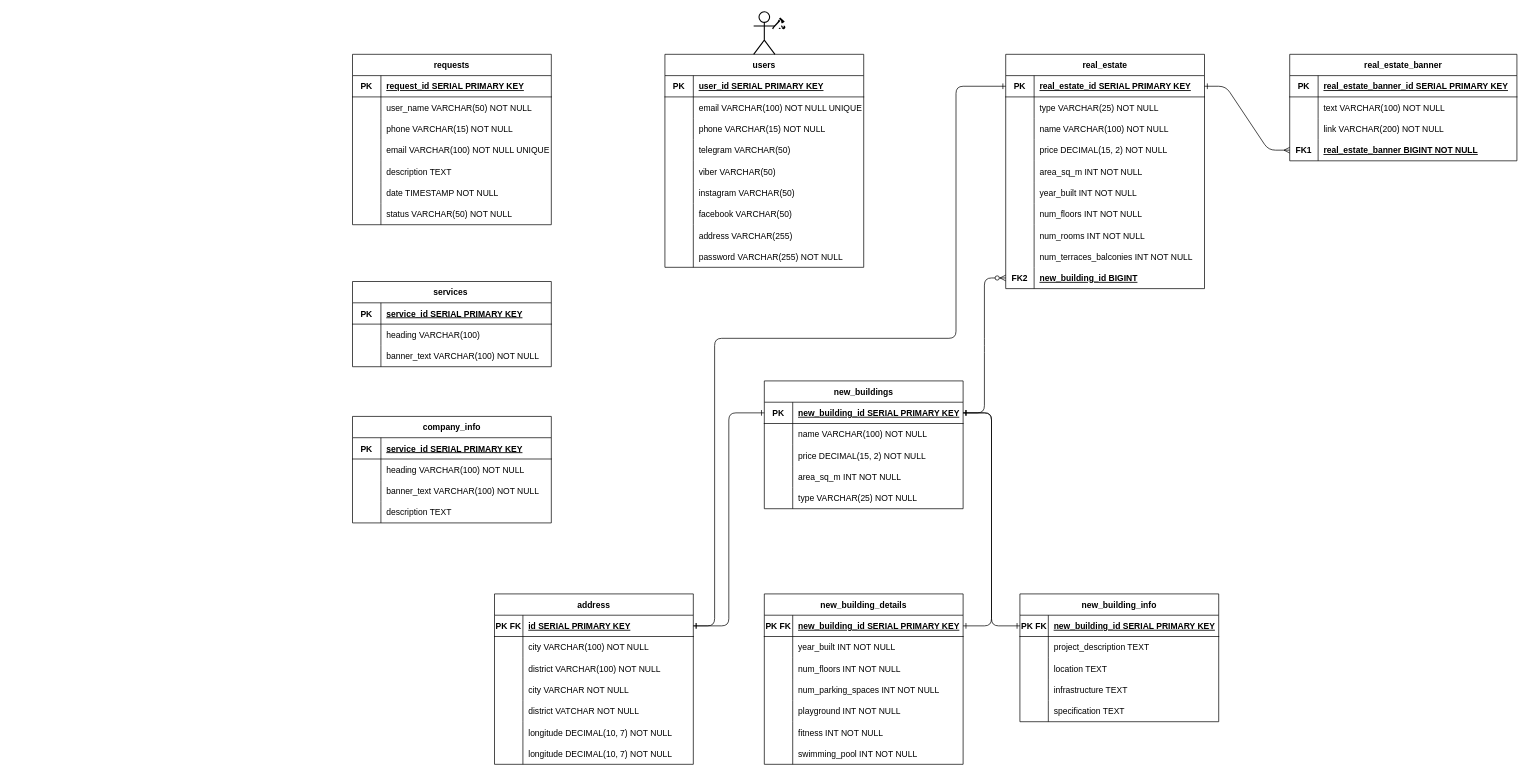
Before: src/main/resources/diagrams/ERD.drawio in Latcarf/Second-project, a draw.io diagram. Source tidied: cells renumbered, new cells numbered last; positions are measured from the earlier drawing's top-left corner, leaving out a move shared by most shapes. Both pictures are drawn from the tidied source at 71%, with x=0, y=0 at pixel (352, 11).
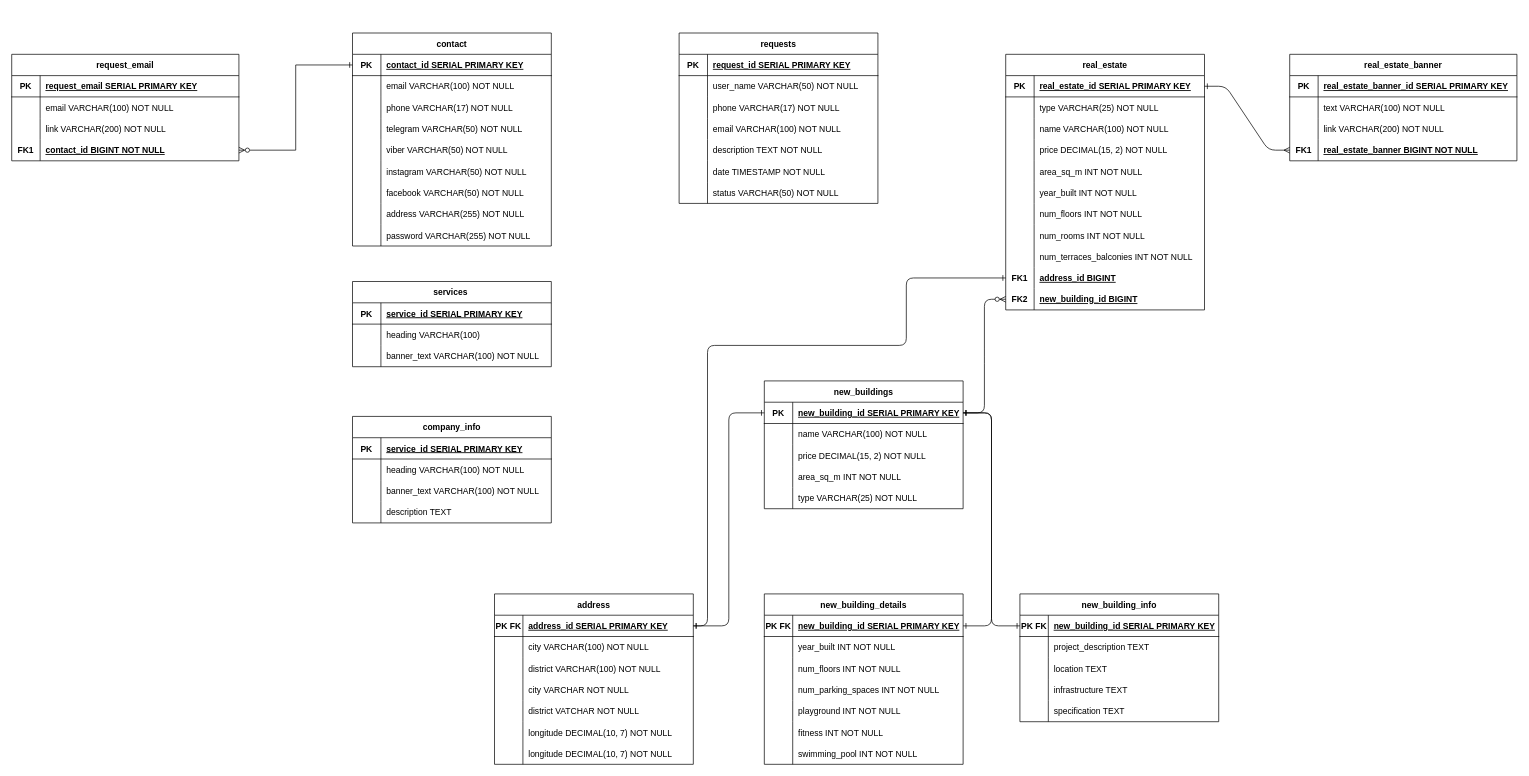
The same page after the edit.

The change refers to these unchanged cells:
```xml
<mxCell id="3" style="shape=partialRectangle;fillColor=none;points=[[0,0.5],[1,0.5]];portConstraint=eastwest;top=0;left=0;right=0;bottom=1;labelBackgroundColor=none;" parent="2" vertex="1">
  <mxGeometry y="30" width="280" height="30" as="geometry" />
</mxCell>
<mxCell id="6" style="shape=partialRectangle;fillColor=none;top=0;left=0;right=0;bottom=0;labelBackgroundColor=none;" parent="2" vertex="1">
  <mxGeometry y="60" width="280" height="30" as="geometry" />
</mxCell>
<mxCell id="9" style="shape=partialRectangle;fillColor=none;top=0;left=0;right=0;bottom=0;labelBackgroundColor=none;" parent="2" vertex="1">
  <mxGeometry y="90" width="280" height="30" as="geometry" />
</mxCell>
<mxCell id="12" style="shape=partialRectangle;fillColor=none;top=0;left=0;right=0;bottom=0;labelBackgroundColor=none;" parent="2" vertex="1">
  <mxGeometry y="120" width="280" height="30" as="geometry" />
</mxCell>
<mxCell id="15" style="shape=partialRectangle;fillColor=none;top=0;left=0;right=0;bottom=0;labelBackgroundColor=none;" parent="2" vertex="1">
  <mxGeometry y="150" width="280" height="30" as="geometry" />
</mxCell>
<mxCell id="18" style="shape=partialRectangle;fillColor=none;top=0;left=0;right=0;bottom=0;labelBackgroundColor=none;" parent="2" vertex="1">
  <mxGeometry y="180" width="280" height="30" as="geometry" />
</mxCell>
<mxCell id="21" style="shape=partialRectangle;fillColor=none;top=0;left=0;right=0;bottom=0;labelBackgroundColor=none;" parent="2" vertex="1">
  <mxGeometry y="210" width="280" height="30" as="geometry" />
</mxCell>
<mxCell id="24" style="shape=partialRectangle;fillColor=none;top=0;left=0;right=0;bottom=0;labelBackgroundColor=none;" parent="2" vertex="1">
  <mxGeometry y="240" width="280" height="30" as="geometry" />
</mxCell>
<mxCell id="31" style="shape=partialRectangle;fillColor=none;points=[[0,0.5],[1,0.5]];portConstraint=eastwest;top=0;left=0;right=0;bottom=1;labelBackgroundColor=none;" parent="30" vertex="1">
  <mxGeometry y="30" width="280" height="30" as="geometry" />
</mxCell>
<mxCell id="58" style="shape=partialRectangle;fillColor=none;points=[[0,0.5],[1,0.5]];portConstraint=eastwest;top=0;left=0;right=0;bottom=0;labelBackgroundColor=none;" parent="30" vertex="1">
  <mxGeometry y="300" width="280" height="30" as="geometry" />
</mxCell>
<mxCell id="62" style="shape=partialRectangle;fillColor=none;points=[[0,0.5],[1,0.5]];portConstraint=eastwest;top=0;left=0;right=0;bottom=1;labelBackgroundColor=none;" parent="61" vertex="1">
  <mxGeometry y="30" width="280" height="30" as="geometry" />
</mxCell>
<mxCell id="130" style="shape=partialRectangle;fillColor=none;top=0;left=0;right=0;bottom=0;labelBackgroundColor=none;" parent="123" vertex="1">
  <mxGeometry y="90" width="280" height="30" as="geometry" />
</mxCell>
<mxCell id="133" style="shape=partialRectangle;fillColor=none;top=0;left=0;right=0;bottom=0;labelBackgroundColor=none;" parent="123" vertex="1">
  <mxGeometry y="120" width="280" height="30" as="geometry" />
</mxCell>
<mxCell id="136" style="shape=partialRectangle;fillColor=none;top=0;left=0;right=0;bottom=0;labelBackgroundColor=none;" parent="123" vertex="1">
  <mxGeometry y="150" width="280" height="30" as="geometry" />
</mxCell>
<mxCell id="178" style="shape=partialRectangle;fillColor=none;points=[[0,0.5],[1,0.5]];portConstraint=eastwest;top=0;left=0;right=0;bottom=1;labelBackgroundColor=none;" parent="177" vertex="1">
  <mxGeometry y="30" width="280" height="30" as="geometry" />
</mxCell>
```

The edit, as a diff of the source:
```diff
@@
-    <mxCell id="2" value="users" style="shape=table;startSize=30;childLayout=tableLayout;rowLines=0;fontStyle=1;align=center;labelBackgroundColor=none;" parent="1" vertex="1">
-      <mxGeometry x="440" y="60" width="280" height="300" as="geometry" />
+    <mxCell id="2" value="contact" style="shape=table;startSize=30;childLayout=tableLayout;rowLines=0;fontStyle=1;align=center;labelBackgroundColor=none;" parent="1" vertex="1">
+      <mxGeometry y="30" width="280" height="300" as="geometry" />
     </mxCell>
@@
-    <mxCell id="5" value="user_id SERIAL PRIMARY KEY" style="shape=partialRectangle;overflow=hidden;fillColor=none;top=0;left=0;bottom=0;right=0;align=left;spacingLeft=6;fontStyle=5;labelBackgroundColor=none;" parent="3" vertex="1">
+    <mxCell id="5" value="contact_id SERIAL PRIMARY KEY" style="shape=partialRectangle;overflow=hidden;fillColor=none;top=0;left=0;bottom=0;right=0;align=left;spacingLeft=6;fontStyle=5;labelBackgroundColor=none;" parent="3" vertex="1">
       <mxGeometry x="40" width="240" height="30" as="geometry" />
     </mxCell>
@@
-    <mxCell id="8" value="email VARCHAR(100) NOT NULL UNIQUE " style="shape=partialRectangle;overflow=hidden;fillColor=none;top=0;left=0;bottom=0;right=0;align=left;spacingLeft=6;labelBackgroundColor=none;" parent="6" vertex="1">
+    <mxCell id="8" value="email VARCHAR(100) NOT NULL" style="shape=partialRectangle;overflow=hidden;fillColor=none;top=0;left=0;bottom=0;right=0;align=left;spacingLeft=6;labelBackgroundColor=none;" parent="6" vertex="1">
       <mxGeometry x="40" width="240" height="30" as="geometry" />
     </mxCell>
@@
-    <mxCell id="11" value="phone VARCHAR(15) NOT NULL" style="shape=partialRectangle;overflow=hidden;fillColor=none;top=0;left=0;bottom=0;right=0;align=left;spacingLeft=6;labelBackgroundColor=none;" parent="9" vertex="1">
+    <mxCell id="11" value="phone VARCHAR(17) NOT NULL" style="shape=partialRectangle;overflow=hidden;fillColor=none;top=0;left=0;bottom=0;right=0;align=left;spacingLeft=6;labelBackgroundColor=none;" parent="9" vertex="1">
       <mxGeometry x="40" width="240" height="30" as="geometry" />
     </mxCell>
@@
-    <mxCell id="14" value="telegram VARCHAR(50) " style="shape=partialRectangle;overflow=hidden;fillColor=none;top=0;left=0;bottom=0;right=0;align=left;spacingLeft=6;labelBackgroundColor=none;" parent="12" vertex="1">
+    <mxCell id="14" value="telegram VARCHAR(50) NOT NULL" style="shape=partialRectangle;overflow=hidden;fillColor=none;top=0;left=0;bottom=0;right=0;align=left;spacingLeft=6;labelBackgroundColor=none;" parent="12" vertex="1">
       <mxGeometry x="40" width="240" height="30" as="geometry" />
     </mxCell>
@@
-    <mxCell id="17" value="viber VARCHAR(50)" style="shape=partialRectangle;overflow=hidden;fillColor=none;top=0;left=0;bottom=0;right=0;align=left;spacingLeft=6;labelBackgroundColor=none;" parent="15" vertex="1">
+    <mxCell id="17" value="viber VARCHAR(50) NOT NULL" style="shape=partialRectangle;overflow=hidden;fillColor=none;top=0;left=0;bottom=0;right=0;align=left;spacingLeft=6;labelBackgroundColor=none;" parent="15" vertex="1">
       <mxGeometry x="40" width="240" height="30" as="geometry" />
     </mxCell>
@@
-    <mxCell id="20" value="instagram VARCHAR(50)" style="shape=partialRectangle;overflow=hidden;fillColor=none;top=0;left=0;bottom=0;right=0;align=left;spacingLeft=6;labelBackgroundColor=none;" parent="18" vertex="1">
+    <mxCell id="20" value="instagram VARCHAR(50) NOT NULL" style="shape=partialRectangle;overflow=hidden;fillColor=none;top=0;left=0;bottom=0;right=0;align=left;spacingLeft=6;labelBackgroundColor=none;" parent="18" vertex="1">
       <mxGeometry x="40" width="240" height="30" as="geometry" />
     </mxCell>
@@
-    <mxCell id="23" value="facebook VARCHAR(50)" style="shape=partialRectangle;overflow=hidden;fillColor=none;top=0;left=0;bottom=0;right=0;align=left;spacingLeft=6;labelBackgroundColor=none;" parent="21" vertex="1">
+    <mxCell id="23" value="facebook VARCHAR(50) NOT NULL" style="shape=partialRectangle;overflow=hidden;fillColor=none;top=0;left=0;bottom=0;right=0;align=left;spacingLeft=6;labelBackgroundColor=none;" parent="21" vertex="1">
       <mxGeometry x="40" width="240" height="30" as="geometry" />
     </mxCell>
@@
-    <mxCell id="26" value="address VARCHAR(255)" style="shape=partialRectangle;overflow=hidden;fillColor=none;top=0;left=0;bottom=0;right=0;align=left;spacingLeft=6;labelBackgroundColor=none;" parent="24" vertex="1">
+    <mxCell id="26" value="address VARCHAR(255) NOT NULL" style="shape=partialRectangle;overflow=hidden;fillColor=none;top=0;left=0;bottom=0;right=0;align=left;spacingLeft=6;labelBackgroundColor=none;" parent="24" vertex="1">
       <mxGeometry x="40" width="240" height="30" as="geometry" />
     </mxCell>
@@
     <mxCell id="30" value="real_estate" style="shape=table;startSize=30;childLayout=tableLayout;rowLines=0;fontStyle=1;align=center;labelBackgroundColor=none;" parent="1" vertex="1">
-      <mxGeometry x="920" y="60" width="280" height="330" as="geometry" />
+      <mxGeometry x="920" y="60" width="280" height="360" as="geometry" />
     </mxCell>
@@
-    <mxCell id="59" value="FK2" style="shape=partialRectangle;overflow=hidden;fillColor=none;top=0;left=0;bottom=0;right=0;labelBackgroundColor=none;fontStyle=1;" parent="58" vertex="1">
+    <mxCell id="59" value="FK1" style="shape=partialRectangle;overflow=hidden;fillColor=none;top=0;left=0;bottom=0;right=0;labelBackgroundColor=none;fontStyle=1;" parent="58" vertex="1">
       <mxGeometry width="40" height="30" as="geometry" />
     </mxCell>
-    <mxCell id="60" value="new_building_id BIGINT" style="shape=partialRectangle;overflow=hidden;fillColor=none;top=0;left=0;bottom=0;right=0;align=left;spacingLeft=6;labelBackgroundColor=none;fontStyle=5;" parent="58" vertex="1">
+    <mxCell id="60" value="address_id BIGINT" style="shape=partialRectangle;overflow=hidden;fillColor=none;top=0;left=0;bottom=0;right=0;align=left;spacingLeft=6;labelBackgroundColor=none;fontStyle=5;" parent="58" vertex="1">
       <mxGeometry x="40" width="240" height="30" as="geometry" />
     </mxCell>
+    <mxCell id="203" style="shape=partialRectangle;fillColor=none;points=[[0,0.5],[1,0.5]];portConstraint=eastwest;top=0;left=0;right=0;bottom=0;labelBackgroundColor=none;" parent="30" vertex="1">
+      <mxGeometry y="330" width="280" height="30" as="geometry" />
+    </mxCell>
+    <mxCell id="204" value="FK2" style="shape=partialRectangle;overflow=hidden;fillColor=none;top=0;left=0;bottom=0;right=0;labelBackgroundColor=none;fontStyle=1;" parent="203" vertex="1">
+      <mxGeometry width="40" height="30" as="geometry" />
+    </mxCell>
+    <mxCell id="205" value="new_building_id BIGINT" style="shape=partialRectangle;overflow=hidden;fillColor=none;top=0;left=0;bottom=0;right=0;align=left;spacingLeft=6;labelBackgroundColor=none;fontStyle=5;" parent="203" vertex="1">
+      <mxGeometry x="40" width="240" height="30" as="geometry" />
+    </mxCell>
@@
-    <mxCell id="77" style="edgeStyle=entityRelationEdgeStyle;endArrow=ERzeroToMany;startArrow=ERone;endFill=1;startFill=0;labelBackgroundColor=none;fontColor=default;exitX=1;exitY=0.5;exitDx=0;exitDy=0;entryX=0;entryY=0.5;entryDx=0;entryDy=0;rounded=1;curved=0;" parent="1" edge="1" source="62" target="58">
+    <mxCell id="77" style="edgeStyle=entityRelationEdgeStyle;endArrow=ERzeroToMany;startArrow=ERone;endFill=1;startFill=0;labelBackgroundColor=none;fontColor=default;exitX=1;exitY=0.5;exitDx=0;exitDy=0;rounded=1;curved=0;" parent="1" edge="1" source="62" target="203">
       <mxGeometry relative="1" as="geometry">
         <Array as="points">
           <mxPoint x="870" y="675" />
           <mxPoint x="860" y="560" />
           <mxPoint x="910" y="785" />
           <mxPoint x="880" y="795" />
           <mxPoint x="870" y="500" />
         </Array>
       </mxGeometry>
     </mxCell>
@@
     <mxCell id="123" value="requests" style="shape=table;startSize=30;childLayout=tableLayout;rowLines=0;fontStyle=1;align=center;labelBackgroundColor=none;fillColor=default;" parent="1" vertex="1">
-      <mxGeometry y="60" width="280" height="240" as="geometry" />
+      <mxGeometry x="460" y="30" width="280" height="240" as="geometry" />
     </mxCell>
@@
-    <mxCell id="132" value="phone VARCHAR(15) NOT NULL" style="shape=partialRectangle;overflow=hidden;fillColor=none;top=0;left=0;bottom=0;right=0;align=left;spacingLeft=6;labelBackgroundColor=none;" parent="130" vertex="1">
+    <mxCell id="132" value="phone VARCHAR(17) NOT NULL" style="shape=partialRectangle;overflow=hidden;fillColor=none;top=0;left=0;bottom=0;right=0;align=left;spacingLeft=6;labelBackgroundColor=none;" parent="130" vertex="1">
       <mxGeometry x="40" width="240" height="30" as="geometry" />
     </mxCell>
@@
-    <mxCell id="135" value="email VARCHAR(100) NOT NULL UNIQUE " style="shape=partialRectangle;overflow=hidden;fillColor=none;top=0;left=0;bottom=0;right=0;align=left;spacingLeft=6;labelBackgroundColor=none;" parent="133" vertex="1">
+    <mxCell id="135" value="email VARCHAR(100) NOT NULL" style="shape=partialRectangle;overflow=hidden;fillColor=none;top=0;left=0;bottom=0;right=0;align=left;spacingLeft=6;labelBackgroundColor=none;" parent="133" vertex="1">
       <mxGeometry x="40" width="240" height="30" as="geometry" />
     </mxCell>
@@
-    <mxCell id="138" value="description TEXT" style="shape=partialRectangle;overflow=hidden;fillColor=none;top=0;left=0;bottom=0;right=0;align=left;spacingLeft=6;labelBackgroundColor=none;" parent="136" vertex="1">
+    <mxCell id="138" value="description TEXT NOT NULL" style="shape=partialRectangle;overflow=hidden;fillColor=none;top=0;left=0;bottom=0;right=0;align=left;spacingLeft=6;labelBackgroundColor=none;" parent="136" vertex="1">
       <mxGeometry x="40" width="240" height="30" as="geometry" />
     </mxCell>
@@
-    <mxCell id="159" style="shape=umlActor;verticalLabelPosition=bottom;verticalAlign=top;html=1;strokeWidth=1.5;" parent="1" vertex="1">
-      <mxGeometry x="565" width="30" height="60" as="geometry" />
-    </mxCell>
-    <mxCell id="160" style="shape=mxgraph.signs.sports.firewood;html=1;fillColor=#000000;strokeColor=none;verticalLabelPosition=bottom;verticalAlign=top;align=center;sketch=0;" parent="1" vertex="1">
-      <mxGeometry x="591" y="8" width="19" height="16.9" as="geometry" />
-    </mxCell>
@@
-    <mxCell id="180" value="id SERIAL PRIMARY KEY" style="shape=partialRectangle;overflow=hidden;fillColor=none;top=0;left=0;bottom=0;right=0;align=left;spacingLeft=6;fontStyle=5;labelBackgroundColor=none;" parent="178" vertex="1">
+    <mxCell id="180" value="address_id SERIAL PRIMARY KEY" style="shape=partialRectangle;overflow=hidden;fillColor=none;top=0;left=0;bottom=0;right=0;align=left;spacingLeft=6;fontStyle=5;labelBackgroundColor=none;" parent="178" vertex="1">
       <mxGeometry x="40" width="240" height="30" as="geometry" />
     </mxCell>
@@
-    <mxCell id="202" style="edgeStyle=orthogonalEdgeStyle;rounded=1;jettySize=auto;html=1;exitX=1;exitY=0.5;exitDx=0;exitDy=0;entryX=0;entryY=0.5;entryDx=0;entryDy=0;startArrow=ERone;startFill=0;endArrow=ERone;endFill=0;curved=0;" parent="1" edge="1" source="178" target="31">
+    <mxCell id="202" style="edgeStyle=orthogonalEdgeStyle;rounded=1;jettySize=auto;html=1;exitX=1;exitY=0.5;exitDx=0;exitDy=0;startArrow=ERone;startFill=0;endArrow=ERone;endFill=0;curved=0;entryX=0;entryY=0.5;entryDx=0;entryDy=0;" parent="1" edge="1" source="178" target="58">
       <mxGeometry relative="1" as="geometry">
         <Array as="points">
-          <mxPoint x="510" y="865" />
-          <mxPoint x="510" y="460" />
-          <mxPoint x="850" y="460" />
-          <mxPoint x="850" y="105" />
+          <mxPoint x="500" y="865" />
+          <mxPoint x="500" y="470" />
+          <mxPoint x="780" y="470" />
+          <mxPoint x="780" y="375" />
         </Array>
       </mxGeometry>
     </mxCell>
+    <mxCell id="206" value="request_email" style="shape=table;startSize=30;childLayout=tableLayout;rowLines=0;fontStyle=1;align=center;labelBackgroundColor=none;fillColor=default;" parent="1" vertex="1">
+      <mxGeometry x="-480" y="60" width="320" height="150" as="geometry" />
+    </mxCell>
+    <mxCell id="207" style="shape=partialRectangle;fillColor=none;top=0;left=0;right=0;bottom=1;labelBackgroundColor=none;" parent="206" vertex="1">
+      <mxGeometry y="30" width="320" height="30" as="geometry" />
+    </mxCell>
+    <mxCell id="208" value="PK" style="shape=partialRectangle;overflow=hidden;fillColor=none;top=0;left=0;bottom=0;right=0;fontStyle=1;labelBackgroundColor=none;" parent="207" vertex="1">
+      <mxGeometry width="40" height="30" as="geometry" />
+    </mxCell>
+    <mxCell id="209" value="request_email SERIAL PRIMARY KEY" style="shape=partialRectangle;overflow=hidden;fillColor=none;top=0;left=0;bottom=0;right=0;align=left;spacingLeft=6;fontStyle=5;labelBackgroundColor=none;" parent="207" vertex="1">
+      <mxGeometry x="40" width="280" height="30" as="geometry" />
+    </mxCell>
+    <mxCell id="210" style="shape=partialRectangle;fillColor=none;top=0;left=0;right=0;bottom=0;labelBackgroundColor=none;" parent="206" vertex="1">
+      <mxGeometry y="60" width="320" height="30" as="geometry" />
+    </mxCell>
+    <mxCell id="211" style="shape=partialRectangle;overflow=hidden;fillColor=none;top=0;left=0;bottom=0;right=0;labelBackgroundColor=none;" parent="210" vertex="1">
+      <mxGeometry width="40" height="30" as="geometry" />
+    </mxCell>
+    <mxCell id="212" value="email VARCHAR(100) NOT NULL" style="shape=partialRectangle;overflow=hidden;fillColor=none;top=0;left=0;bottom=0;right=0;align=left;spacingLeft=6;labelBackgroundColor=none;" parent="210" vertex="1">
+      <mxGeometry x="40" width="280" height="30" as="geometry" />
+    </mxCell>
+    <mxCell id="213" style="shape=partialRectangle;fillColor=none;top=0;left=0;right=0;bottom=0;labelBackgroundColor=none;" parent="206" vertex="1">
+      <mxGeometry y="90" width="320" height="30" as="geometry" />
+    </mxCell>
+    <mxCell id="214" style="shape=partialRectangle;overflow=hidden;fillColor=none;top=0;left=0;bottom=0;right=0;labelBackgroundColor=none;" parent="213" vertex="1">
+      <mxGeometry width="40" height="30" as="geometry" />
+    </mxCell>
+    <mxCell id="215" value="link VARCHAR(200) NOT NULL" style="shape=partialRectangle;overflow=hidden;fillColor=none;top=0;left=0;bottom=0;right=0;align=left;spacingLeft=6;labelBackgroundColor=none;" parent="213" vertex="1">
+      <mxGeometry x="40" width="280" height="30" as="geometry" />
+    </mxCell>
+    <mxCell id="216" style="shape=partialRectangle;fillColor=none;points=[[0,0.5],[1,0.5]];portConstraint=eastwest;top=0;left=0;right=0;bottom=0;labelBackgroundColor=none;" parent="206" vertex="1">
+      <mxGeometry y="120" width="320" height="30" as="geometry" />
+    </mxCell>
+    <mxCell id="217" value="FK1" style="shape=partialRectangle;overflow=hidden;fillColor=none;top=0;left=0;bottom=0;right=0;labelBackgroundColor=none;fontStyle=1;" parent="216" vertex="1">
+      <mxGeometry width="40" height="30" as="geometry" />
+    </mxCell>
+    <mxCell id="218" value="contact_id BIGINT NOT NULL" style="shape=partialRectangle;overflow=hidden;fillColor=none;top=0;left=0;bottom=0;right=0;align=left;spacingLeft=6;labelBackgroundColor=none;fontStyle=5;" parent="216" vertex="1">
+      <mxGeometry x="40" width="280" height="30" as="geometry" />
+    </mxCell>
+    <mxCell id="219" style="edgeStyle=orthogonalEdgeStyle;rounded=0;jettySize=auto;html=1;exitX=1;exitY=0.5;exitDx=0;exitDy=0;entryX=0;entryY=0.5;entryDx=0;entryDy=0;startArrow=ERzeroToMany;startFill=0;endArrow=ERone;endFill=0;" parent="1" edge="1" source="216" target="3">
+      <mxGeometry relative="1" as="geometry" />
+    </mxCell>
```
